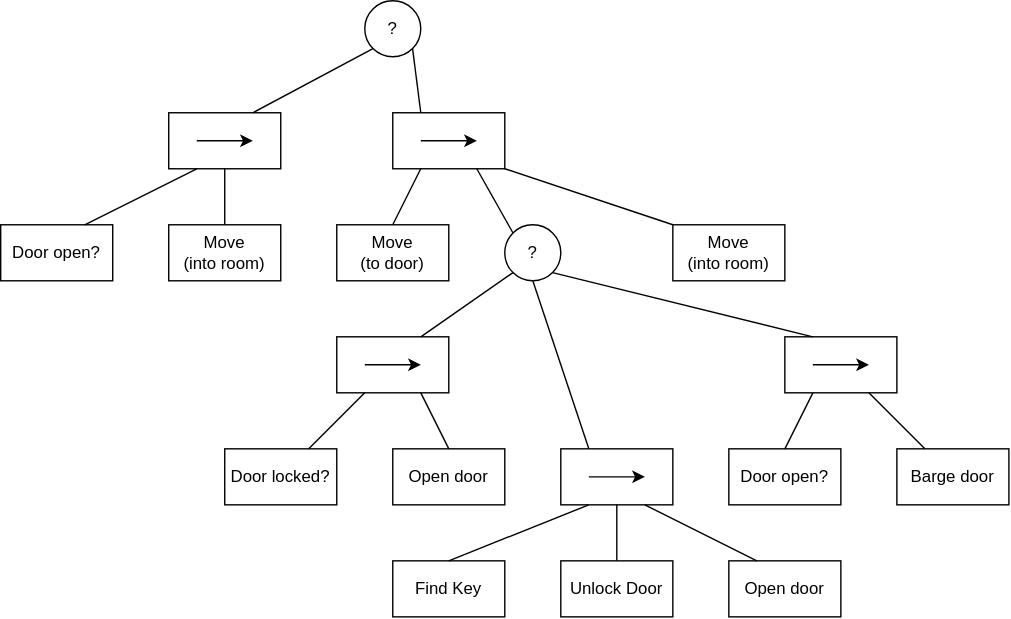
Before: Tree Diagram.svg, a diagram exported from draw.io (dscand/CS455-M2PR3-BehaviorTreesPlus). Source tidied: cells renumbered, new cells last; positions are measured from the earlier drawing's top-left corner, leaving out a move shared by most shapes.
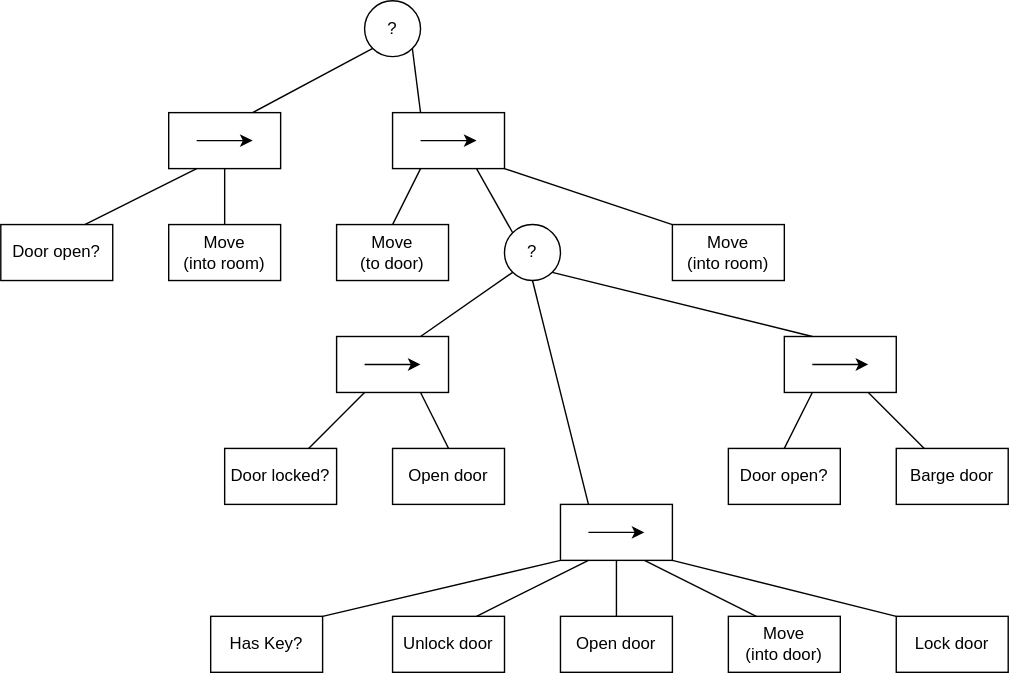
After the change.

Change to the diagram source:
```diff
@@ -120,7 +120,7 @@
       <mxGeometry relative="1" as="geometry" />
     </mxCell>
     <mxCell id="37" style="group;" parent="1" vertex="1">
-      <mxGeometry x="400" y="320" width="80" height="40" as="geometry" />
+      <mxGeometry x="400" y="360" width="80" height="40" as="geometry" />
     </mxCell>
     <mxCell id="38" style="rounded=0;whiteSpace=wrap;html=1;" parent="37" vertex="1">
       <mxGeometry width="80" height="40" as="geometry" />
@@ -134,23 +134,35 @@
     <mxCell id="40" style="rounded=0;jettySize=auto;html=1;exitX=0.25;exitY=0;exitDx=0;exitDy=0;entryX=0.5;entryY=1;entryDx=0;entryDy=0;endArrow=none;endFill=0;" parent="1" edge="1" source="38" target="17">
       <mxGeometry relative="1" as="geometry" />
     </mxCell>
-    <mxCell id="41" value="Find Key" style="rounded=0;whiteSpace=wrap;html=1;" parent="1" vertex="1">
-      <mxGeometry x="280" y="400" width="80" height="40" as="geometry" />
+    <mxCell id="41" value="Has Key?" style="rounded=0;whiteSpace=wrap;html=1;" parent="1" vertex="1">
+      <mxGeometry x="150" y="440" width="80" height="40" as="geometry" />
     </mxCell>
-    <mxCell id="42" style="rounded=0;jettySize=auto;html=1;exitX=0.25;exitY=1;exitDx=0;exitDy=0;entryX=0.5;entryY=0;entryDx=0;entryDy=0;endArrow=none;endFill=0;" parent="1" edge="1" source="38" target="41">
+    <mxCell id="42" style="rounded=0;jettySize=auto;html=1;exitX=0;exitY=1;exitDx=0;exitDy=0;entryX=1;entryY=0;entryDx=0;entryDy=0;endArrow=none;endFill=0;" parent="1" edge="1" source="38" target="41">
       <mxGeometry relative="1" as="geometry" />
     </mxCell>
     <mxCell id="43" value="Open door" style="rounded=0;whiteSpace=wrap;html=1;" parent="1" vertex="1">
-      <mxGeometry x="520" y="400" width="80" height="40" as="geometry" />
+      <mxGeometry x="400" y="440" width="80" height="40" as="geometry" />
     </mxCell>
-    <mxCell id="44" value="Unlock Door" style="rounded=0;whiteSpace=wrap;html=1;" parent="1" vertex="1">
-      <mxGeometry x="400" y="400" width="80" height="40" as="geometry" />
+    <mxCell id="44" value="Unlock door" style="rounded=0;whiteSpace=wrap;html=1;" parent="1" vertex="1">
+      <mxGeometry x="280" y="440" width="80" height="40" as="geometry" />
     </mxCell>
-    <mxCell id="45" style="rounded=0;jettySize=auto;html=1;exitX=0.75;exitY=1;exitDx=0;exitDy=0;entryX=0.25;entryY=0;entryDx=0;entryDy=0;endArrow=none;endFill=0;" parent="1" edge="1" source="38" target="43">
+    <mxCell id="45" style="rounded=0;jettySize=auto;html=1;exitX=0.5;exitY=1;exitDx=0;exitDy=0;entryX=0.5;entryY=0;entryDx=0;entryDy=0;endArrow=none;endFill=0;" parent="1" edge="1" source="38" target="43">
       <mxGeometry relative="1" as="geometry" />
     </mxCell>
-    <mxCell id="46" style="rounded=0;jettySize=auto;html=1;exitX=0.5;exitY=1;exitDx=0;exitDy=0;entryX=0.5;entryY=0;entryDx=0;entryDy=0;endArrow=none;endFill=0;" parent="1" edge="1" source="38" target="44">
+    <mxCell id="46" style="rounded=0;jettySize=auto;html=1;exitX=0.25;exitY=1;exitDx=0;exitDy=0;entryX=0.75;entryY=0;entryDx=0;entryDy=0;endArrow=none;endFill=0;" parent="1" edge="1" source="38" target="44">
       <mxGeometry relative="1" as="geometry" />
     </mxCell>
+    <mxCell id="47" value="Lock door" style="rounded=0;whiteSpace=wrap;html=1;" parent="1" vertex="1">
+      <mxGeometry x="640" y="440" width="80" height="40" as="geometry" />
+    </mxCell>
+    <mxCell id="48" style="rounded=0;jettySize=auto;html=1;exitX=1;exitY=1;exitDx=0;exitDy=0;entryX=0;entryY=0;entryDx=0;entryDy=0;endArrow=none;endFill=0;" parent="1" edge="1" source="38" target="47">
+      <mxGeometry relative="1" as="geometry" />
+    </mxCell>
+    <mxCell id="49" value="Move&lt;div&gt;(into door)&lt;/div&gt;" style="rounded=0;whiteSpace=wrap;html=1;" parent="1" vertex="1">
+      <mxGeometry x="520" y="440" width="80" height="40" as="geometry" />
+    </mxCell>
+    <mxCell id="50" style="rounded=0;jettySize=auto;html=1;exitX=0.75;exitY=1;exitDx=0;exitDy=0;entryX=0.25;entryY=0;entryDx=0;entryDy=0;endArrow=none;endFill=0;" parent="1" edge="1" source="38" target="49">
+      <mxGeometry relative="1" as="geometry" />
+    </mxCell>
   </root>
 </mxGraphModel>
```
